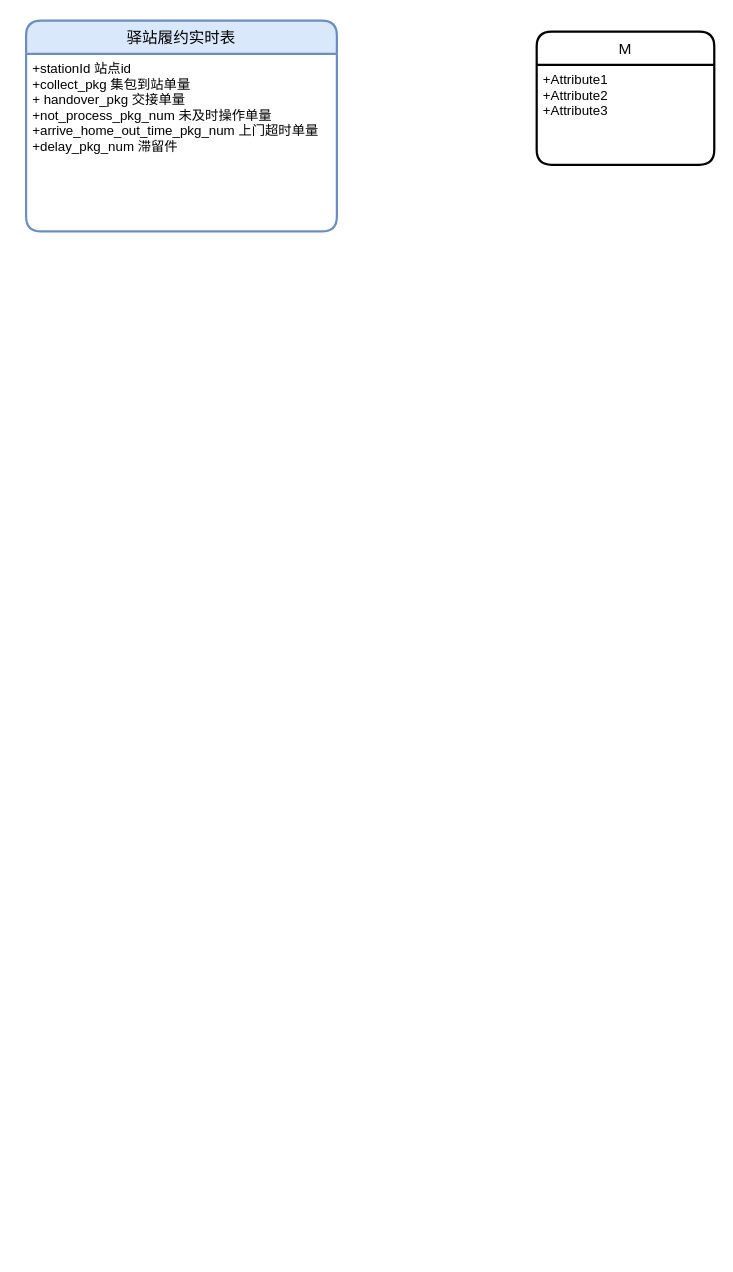
stevesgit/ReadingNotes keeps this draw.io diagram as 编程/Untitled Diagram.drawio. Above is the earlier version. Source tidied: cells renumbered, new cells numbered last; positions are measured from the earlier drawing's top-left corner, leaving out a move shared by most shapes. Both pictures are drawn from the tidied source at 111%, with x=0, y=0 at pixel (26, 20).
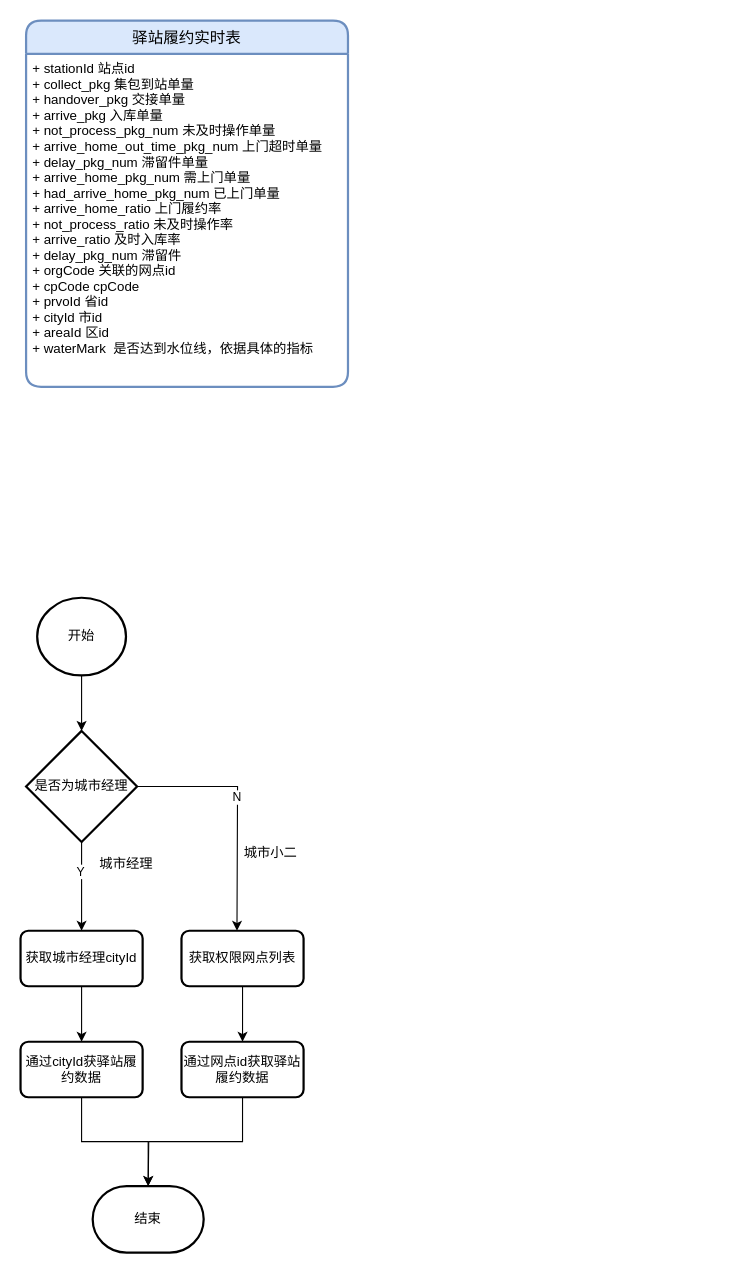
The same page after the edit.

What changed in the source:
```diff
@@
     <mxCell id="2" value="驿站履约实时表" style="swimlane;horizontal=1;startSize=30;rounded=1;fontSize=14;fontStyle=0;strokeWidth=2;shadow=0;dashed=0;align=center;fillColor=#dae8fc;strokeColor=#6c8ebf;" parent="1" vertex="1">
-      <mxGeometry width="280" height="190" as="geometry" />
+      <mxGeometry width="290" height="330" as="geometry" />
     </mxCell>
-    <mxCell id="3" value="+stationId 站点id&#10;+collect_pkg 集包到站单量&#10;+ handover_pkg 交接单量&#10;+not_process_pkg_num 未及时操作单量&#10;+arrive_home_out_time_pkg_num 上门超时单量&#10;+delay_pkg_num 滞留件" style="align=left;strokeColor=none;fillColor=none;spacingLeft=4;fontSize=12;verticalAlign=top;" parent="2" vertex="1">
-      <mxGeometry y="30" width="280" height="160" as="geometry" />
+    <mxCell id="3" value="+ stationId 站点id&#10;+ collect_pkg 集包到站单量&#10;+ handover_pkg 交接单量&#10;+ arrive_pkg 入库单量&#10;+ not_process_pkg_num 未及时操作单量&#10;+ arrive_home_out_time_pkg_num 上门超时单量&#10;+ delay_pkg_num 滞留件单量&#10;+ arrive_home_pkg_num 需上门单量&#10;+ had_arrive_home_pkg_num 已上门单量&#10;+ arrive_home_ratio 上门履约率&#10;+ not_process_ratio 未及时操作率&#10;+ arrive_ratio 及时入库率&#10;+ delay_pkg_num 滞留件&#10;+ orgCode 关联的网点id&#10;+ cpCode cpCode&#10;+ prvoId 省id&#10;+ cityId 市id&#10;+ areaId 区id&#10;+ waterMark  是否达到水位线，依据具体的指标" style="align=left;strokeColor=none;fillColor=none;spacingLeft=4;fontSize=12;verticalAlign=top;" parent="2" vertex="1">
+      <mxGeometry y="30" width="290" height="300" as="geometry" />
     </mxCell>
-    <mxCell id="4" value="M" style="swimlane;horizontal=1;startSize=30;rounded=1;fontSize=14;fontStyle=0;strokeWidth=2;shadow=0;dashed=0;align=center;" parent="1" vertex="1">
-      <mxGeometry x="460" y="10" width="160" height="120" as="geometry" />
-    </mxCell>
-    <mxCell id="5" value="+Attribute1&#10;+Attribute2&#10;+Attribute3" style="align=left;strokeColor=none;fillColor=none;spacingLeft=4;fontSize=12;verticalAlign=top;" parent="4" vertex="1">
-      <mxGeometry y="30" width="160" height="90" as="geometry" />
-    </mxCell>
+    <mxCell id="6" style="edgeStyle=orthogonalEdgeStyle;rounded=0;jettySize=auto;html=1;exitX=0.5;exitY=1;exitDx=0;exitDy=0;exitPerimeter=0;" parent="1" edge="1" source="7">
+      <mxGeometry relative="1" as="geometry">
+        <mxPoint x="50" y="640" as="targetPoint" />
+      </mxGeometry>
+    </mxCell>
+    <mxCell id="7" value="开始" style="strokeWidth=2;html=1;shape=mxgraph.flowchart.start_2;whiteSpace=wrap;" parent="1" vertex="1">
+      <mxGeometry x="10" y="520" width="80" height="70" as="geometry" />
+    </mxCell>
+    <mxCell id="8" style="edgeStyle=orthogonalEdgeStyle;rounded=0;jettySize=auto;html=1;exitX=0.5;exitY=1;exitDx=0;exitDy=0;exitPerimeter=0;entryX=0.5;entryY=0;entryDx=0;entryDy=0;entryPerimeter=0;" parent="1" edge="1" source="12" target="18">
+      <mxGeometry relative="1" as="geometry" />
+    </mxCell>
+    <mxCell id="9" value="Y" style="edgeLabel;html=1;align=center;verticalAlign=middle;" parent="8" vertex="1">
+      <mxGeometry x="-0.34" y="-2" relative="1" as="geometry" />
+    </mxCell>
+    <mxCell id="10" style="edgeStyle=orthogonalEdgeStyle;rounded=0;jettySize=auto;html=1;exitX=1;exitY=0.5;exitDx=0;exitDy=0;exitPerimeter=0;" parent="1" edge="1" source="12">
+      <mxGeometry relative="1" as="geometry">
+        <mxPoint x="190" y="820" as="targetPoint" />
+      </mxGeometry>
+    </mxCell>
+    <mxCell id="11" value="N" style="edgeLabel;html=1;align=center;verticalAlign=middle;" parent="10" vertex="1">
+      <mxGeometry x="-0.09" y="-1" relative="1" as="geometry" />
+    </mxCell>
+    <mxCell id="12" value="是否为城市经理" style="strokeWidth=2;html=1;shape=mxgraph.flowchart.decision;whiteSpace=wrap;" parent="1" vertex="1">
+      <mxGeometry y="640" width="100" height="100" as="geometry" />
+    </mxCell>
+    <mxCell id="13" style="edgeStyle=orthogonalEdgeStyle;rounded=0;jettySize=auto;html=1;exitX=0.5;exitY=1;exitDx=0;exitDy=0;" parent="1" edge="1" source="14" target="22">
+      <mxGeometry relative="1" as="geometry" />
+    </mxCell>
+    <mxCell id="14" value="获取权限网点列表" style="rounded=1;whiteSpace=wrap;html=1;absoluteArcSize=1;arcSize=14;strokeWidth=2;" parent="1" vertex="1">
+      <mxGeometry x="140" y="820" width="110" height="50" as="geometry" />
+    </mxCell>
+    <mxCell id="15" value="城市小二" style="text;html=1;align=center;verticalAlign=middle;" parent="1" vertex="1">
+      <mxGeometry x="190" y="740" width="60" height="20" as="geometry" />
+    </mxCell>
+    <mxCell id="16" value="城市经理" style="text;html=1;align=center;verticalAlign=middle;" parent="1" vertex="1">
+      <mxGeometry x="60" y="750" width="60" height="20" as="geometry" />
+    </mxCell>
+    <mxCell id="17" style="edgeStyle=orthogonalEdgeStyle;rounded=0;jettySize=auto;html=1;exitX=0.5;exitY=1;exitDx=0;exitDy=0;" parent="1" edge="1" source="18">
+      <mxGeometry relative="1" as="geometry">
+        <mxPoint x="50" y="920" as="targetPoint" />
+      </mxGeometry>
+    </mxCell>
+    <mxCell id="18" value="获取城市经理cityId" style="rounded=1;whiteSpace=wrap;html=1;absoluteArcSize=1;arcSize=14;strokeWidth=2;" parent="1" vertex="1">
+      <mxGeometry x="-5" y="820" width="110" height="50" as="geometry" />
+    </mxCell>
+    <mxCell id="19" style="edgeStyle=orthogonalEdgeStyle;rounded=0;jettySize=auto;html=1;exitX=0.5;exitY=1;exitDx=0;exitDy=0;" parent="1" edge="1" source="20" target="23">
+      <mxGeometry relative="1" as="geometry" />
+    </mxCell>
+    <mxCell id="20" value="通过cityId获驿站履约数据" style="rounded=1;whiteSpace=wrap;html=1;absoluteArcSize=1;arcSize=14;strokeWidth=2;" parent="1" vertex="1">
+      <mxGeometry x="-5" y="920" width="110" height="50" as="geometry" />
+    </mxCell>
+    <mxCell id="21" style="edgeStyle=orthogonalEdgeStyle;rounded=0;jettySize=auto;html=1;exitX=0.5;exitY=1;exitDx=0;exitDy=0;" parent="1" edge="1" source="22">
+      <mxGeometry relative="1" as="geometry">
+        <mxPoint x="110" y="1050" as="targetPoint" />
+      </mxGeometry>
+    </mxCell>
+    <mxCell id="22" value="通过网点id获取驿站履约数据" style="rounded=1;whiteSpace=wrap;html=1;absoluteArcSize=1;arcSize=14;strokeWidth=2;" parent="1" vertex="1">
+      <mxGeometry x="140" y="920" width="110" height="50" as="geometry" />
+    </mxCell>
+    <mxCell id="23" value="结束" style="strokeWidth=2;html=1;shape=mxgraph.flowchart.terminator;whiteSpace=wrap;" parent="1" vertex="1">
+      <mxGeometry x="60" y="1050" width="100" height="60" as="geometry" />
+    </mxCell>
```
